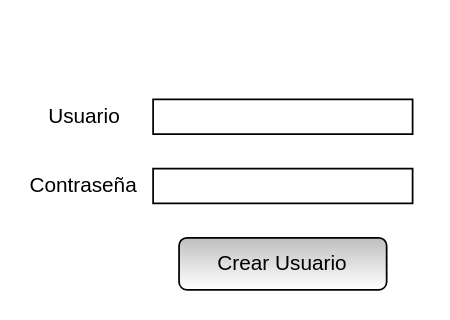
Before: page "Ingresar en la aplicación" (3 of 8) of Formularios.drawio in fdearmas96/ObligatorioP1, a draw.io diagram. Source tidied: cells renumbered, new cells numbered last; positions are measured from the earlier drawing's top-left corner, leaving out a move shared by most shapes. Both pictures are drawn from the tidied source at 173%, with x=0, y=0 at pixel (31, 99).
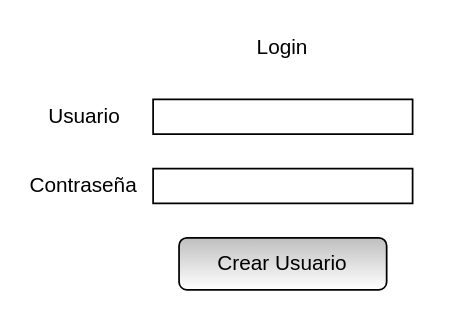
After the change.

What changed in the source:
```diff
@@
 <mxGraphModel>
   <root>
     <mxCell id="0" />
     <mxCell id="1" parent="0" />
     <mxCell id="2" style="verticalLabelPosition=bottom;verticalAlign=top;html=1;shape=mxgraph.basic.rect;fillColor2=none;strokeWidth=1;size=20;indent=5;" parent="1" vertex="1">
       <mxGeometry x="70" width="150" height="20" as="geometry" />
     </mxCell>
     <mxCell id="3" value="Usuario" style="text;html=1;align=center;verticalAlign=middle;strokeColor=none;" parent="1" vertex="1">
       <mxGeometry width="60" height="20" as="geometry" />
     </mxCell>
     <mxCell id="4" style="verticalLabelPosition=bottom;verticalAlign=top;html=1;shape=mxgraph.basic.rect;fillColor2=none;strokeWidth=1;size=20;indent=5;" parent="1" vertex="1">
       <mxGeometry x="70" y="40" width="150" height="20" as="geometry" />
     </mxCell>
     <mxCell id="5" value="Contraseña" style="text;html=1;strokeColor=none;fillColor=none;align=center;verticalAlign=middle;whiteSpace=wrap;rounded=0;" parent="1" vertex="1">
       <mxGeometry x="10" y="40" width="40" height="20" as="geometry" />
     </mxCell>
     <mxCell id="6" value="Crear Usuario" style="rounded=1;whiteSpace=wrap;html=1;gradientColor=#ffffff;fillColor=#BFBFBF;" parent="1" vertex="1">
       <mxGeometry x="85" y="80" width="120" height="30" as="geometry" />
     </mxCell>
+    <mxCell id="7" value="Login" style="text;html=1;strokeColor=none;fillColor=none;align=center;verticalAlign=middle;whiteSpace=wrap;rounded=0;" parent="1" vertex="1">
+      <mxGeometry x="65" y="-40" width="160" height="20" as="geometry" />
+    </mxCell>
   </root>
 </mxGraphModel>
```
